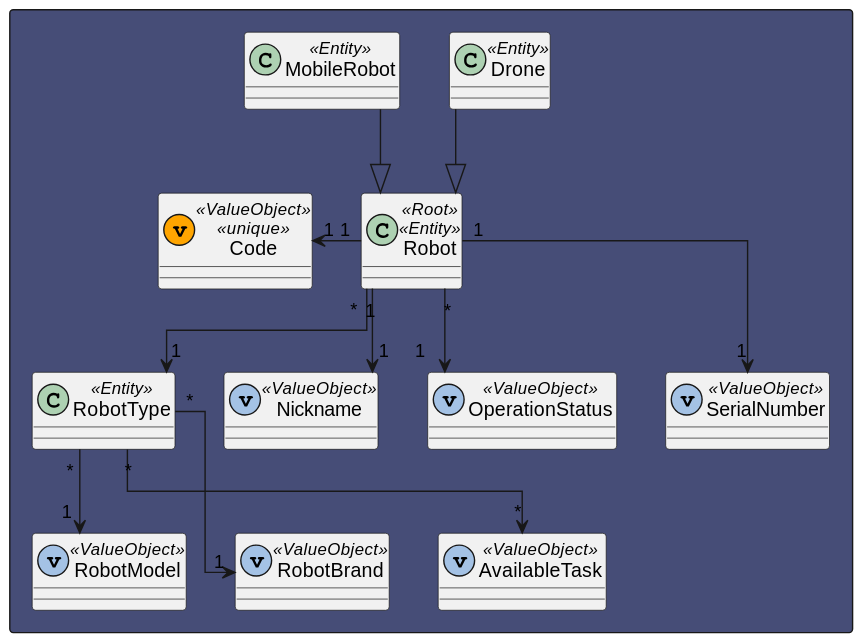
The PlantUML diagram docs/US_350/Diagrams/DomainModelExcerpt.svg in Pedro-Pereira1/sem5pi_23_24_g056, before a commit.
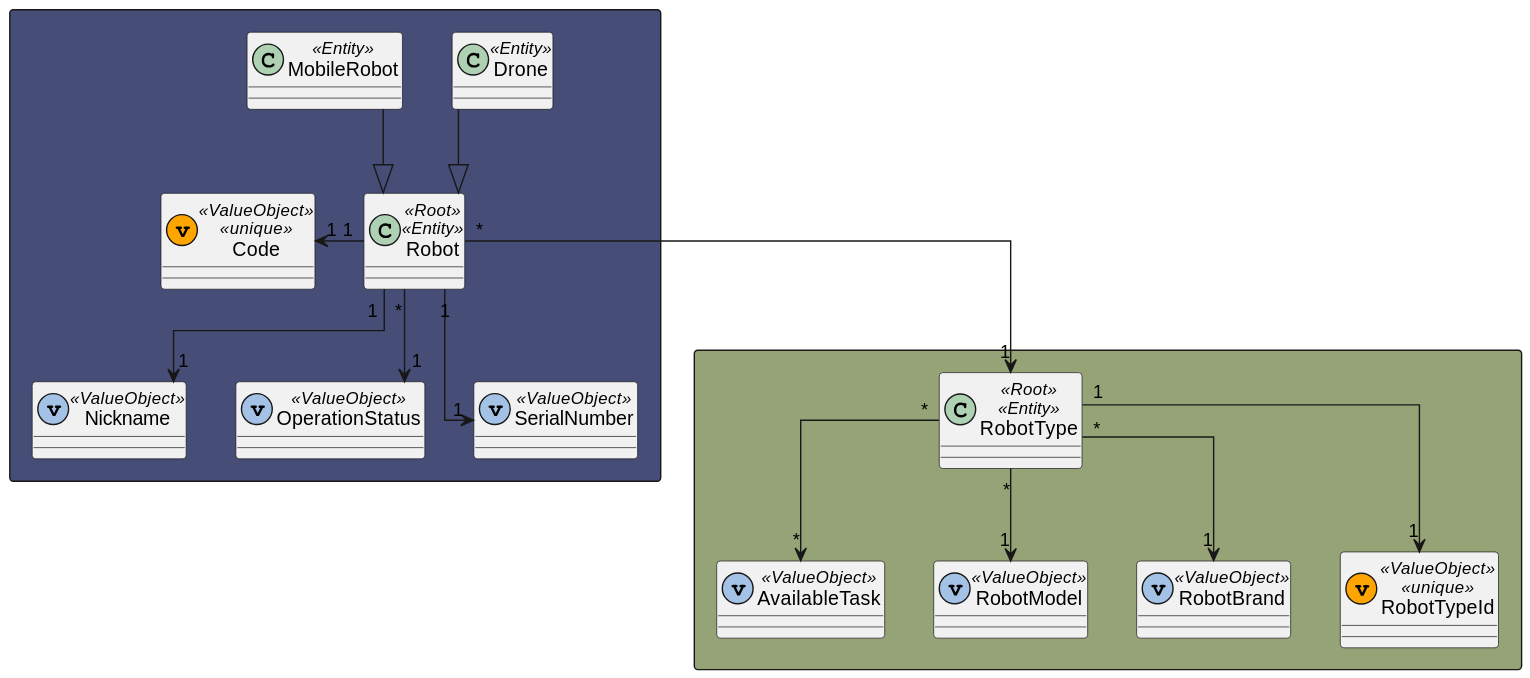
Above is the later version.

Commit message:
Updated documentation, updated Domain Model excerpt for US350

The edit, as a diff of the source:
```diff
@@ -3,18 +3,20 @@
 
 rectangle #464D77{
 class Robot << Root >> << Entity >>
-class RobotType << Entity >>
 class Drone  << Entity >>
 class MobileRobot  << Entity >>
 
-class RobotModel  << (v,#A4C2E5) ValueObject >>
-class RobotBrand  << (v,#A4C2E5) ValueObject >>
-
 class Code  << (v,orange) ValueObject >> << unique >>
-class AvailableTask  << (v,#A4C2E5) ValueObject >>
 class Nickname  << (v,#A4C2E5) ValueObject >>
 class OperationStatus  << (v,#A4C2E5) ValueObject >>
 class SerialNumber  << (v,#A4C2E5) ValueObject >>
+}
+rectangle #96A377{
+class RobotType << Root >> << Entity >>
+class AvailableTask  << (v,#A4C2E5) ValueObject >>
+class RobotModel  << (v,#A4C2E5) ValueObject >>
+class RobotBrand  << (v,#A4C2E5) ValueObject >>
+class RobotTypeId << (v,orange) ValueObject >> << unique >>
 
 }
 
@@ -29,4 +31,5 @@
 RobotType "*"-->"1" RobotModel
 RobotType "*"-->"1" RobotBrand
 RobotType "*"-->"*" AvailableTask
+RobotType "1"-->"1" RobotTypeId
 @enduml
```
